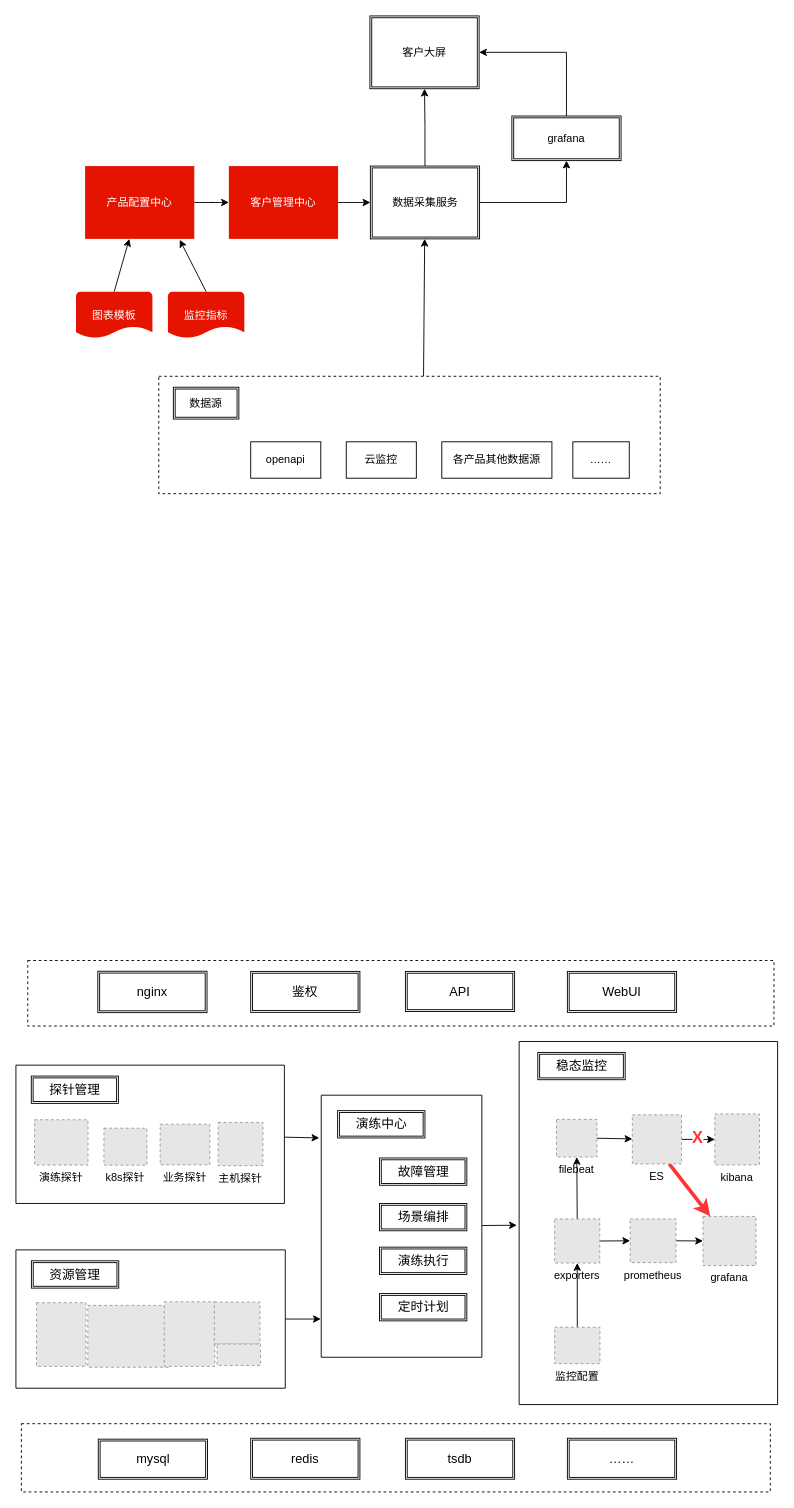
Earlier version of the draw.io diagram Untitled Diagram.drawio (SunnyYun/wecourse). Source tidied: cells renumbered, new cells numbered last; positions are measured from the earlier drawing's top-left corner, leaving out a move shared by most shapes. Both pictures are drawn from the tidied source at 91%, with x=0, y=0 at pixel (15, 15). Pictures stored in the file or linked from it are replaced by grey dashed boxes.
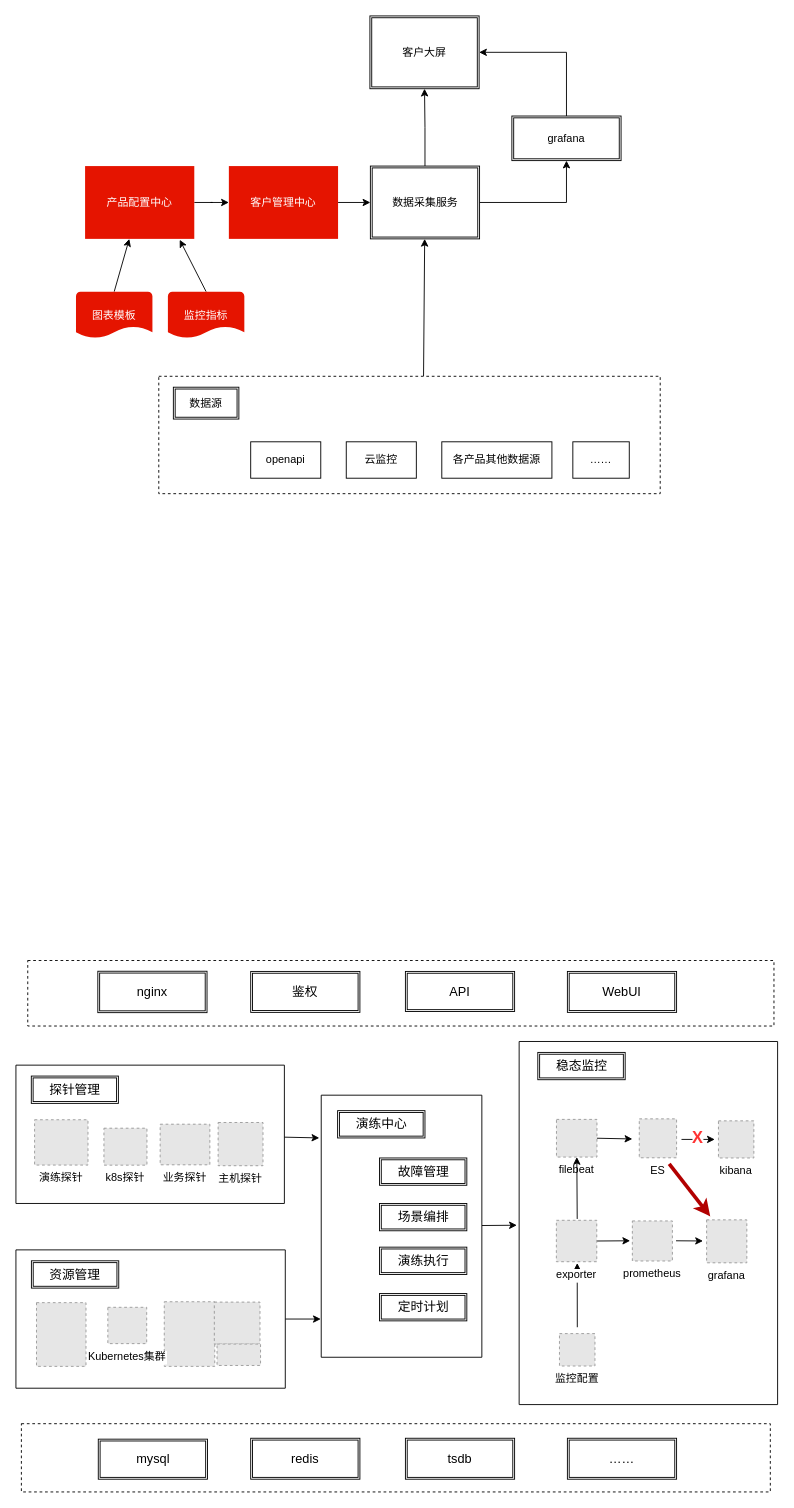
After the change.

The change refers to these unchanged cells:
```xml
<mxCell id="31" style="group;" parent="1" vertex="1">
  <mxGeometry y="1356" width="296" height="152" as="geometry" />
</mxCell>
<mxCell id="69" value="filebeat" style="fillColor=#E6E6E6;strokeColor=#999999;dashed=1;verticalLabelPosition=bottom;labelBackgroundColor=#ffffff;verticalAlign=top;" parent="1" vertex="1">
  <mxGeometry x="594" y="1212.6" width="44.5" height="41.4" as="geometry" />
</mxCell>
```

What changed in the source:
```diff
@@
-    <mxCell id="35" style="fillColor=#E6E6E6;strokeColor=#999999;dashed=1;verticalLabelPosition=bottom;labelBackgroundColor=#ffffff;verticalAlign=top;" parent="31" vertex="1">
-      <mxGeometry x="79" y="61" width="88.3" height="68" as="geometry" />
-    </mxCell>
@@
+    <mxCell id="75" value="Kubernetes集群" style="fillColor=#E6E6E6;strokeColor=#999999;dashed=1;verticalLabelPosition=bottom;labelBackgroundColor=#ffffff;verticalAlign=top;" parent="31" vertex="1">
+      <mxGeometry x="101" y="63.1" width="42.7" height="39.9" as="geometry" />
+    </mxCell>
@@
-    <mxCell id="60" style="edgeStyle=none;rounded=0;jettySize=auto;html=1;exitX=1;exitY=0.5;exitDx=0;exitDy=0;entryX=0;entryY=0.5;entryDx=0;entryDy=0;fontSize=14;" parent="1" edge="1" source="61" target="63">
-      <mxGeometry x="559" y="1227" as="geometry" />
+    <mxCell id="60" style="edgeStyle=none;rounded=0;orthogonalLoop=1;jettySize=auto;html=1;exitX=1;exitY=0.5;exitDx=0;exitDy=0;entryX=0;entryY=0.5;entryDx=0;entryDy=0;fontSize=14;" parent="1" edge="1">
+      <mxGeometry x="559" y="1227" as="geometry">
+        <mxPoint x="725.4" y="1346" as="sourcePoint" />
+        <mxPoint x="755" y="1346.2" as="targetPoint" />
+      </mxGeometry>
     </mxCell>
-    <mxCell id="61" value="prometheus" style="fillColor=#E6E6E6;strokeColor=#999999;dashed=1;verticalLabelPosition=bottom;labelBackgroundColor=#ffffff;verticalAlign=top;" parent="1" vertex="1">
-      <mxGeometry x="675" y="1322" width="50.4" height="48" as="geometry" />
-    </mxCell>
-    <mxCell id="62" value="kibana" style="fillColor=#E6E6E6;strokeColor=#999999;dashed=1;verticalLabelPosition=bottom;labelBackgroundColor=#ffffff;verticalAlign=top;" parent="1" vertex="1">
-      <mxGeometry x="768" y="1206.6" width="49.1" height="56" as="geometry" />
-    </mxCell>
-    <mxCell id="63" value="grafana" style="fillColor=#E6E6E6;strokeColor=#999999;dashed=1;verticalLabelPosition=bottom;labelBackgroundColor=#ffffff;verticalAlign=top;" parent="1" vertex="1">
-      <mxGeometry x="755" y="1319.2" width="58.3" height="54" as="geometry" />
-    </mxCell>
-    <mxCell id="64" style="edgeStyle=none;rounded=0;jettySize=auto;html=1;exitX=1;exitY=0.5;exitDx=0;exitDy=0;fontSize=14;" parent="1" edge="1" source="67" target="62">
-      <mxGeometry x="559" y="1227" as="geometry" />
+    <mxCell id="64" style="edgeStyle=none;rounded=0;orthogonalLoop=1;jettySize=auto;html=1;exitX=1;exitY=0.5;exitDx=0;exitDy=0;fontSize=14;" parent="1" edge="1">
+      <mxGeometry x="559" y="1227" as="geometry">
+        <mxPoint x="731.4" y="1234.6" as="sourcePoint" />
+        <mxPoint x="768" y="1234.6" as="targetPoint" />
+      </mxGeometry>
     </mxCell>
@@
-    <mxCell id="66" style="edgeStyle=none;rounded=0;jettySize=auto;html=1;exitX=0.75;exitY=1;exitDx=0;exitDy=0;fontSize=14;fillColor=#e51400;strokeColor=#FF3333;strokeWidth=4;" parent="1" edge="1" source="67" target="63">
-      <mxGeometry relative="1" as="geometry" />
+    <mxCell id="66" style="edgeStyle=none;rounded=0;orthogonalLoop=1;jettySize=auto;html=1;exitX=0.75;exitY=1;exitDx=0;exitDy=0;fontSize=14;fillColor=#e51400;strokeColor=#B20000;strokeWidth=4;" parent="1" edge="1">
+      <mxGeometry relative="1" as="geometry">
+        <mxPoint x="717.9" y="1261.6" as="sourcePoint" />
+        <mxPoint x="763" y="1319.2" as="targetPoint" />
+      </mxGeometry>
     </mxCell>
-    <mxCell id="67" value="ES" style="fillColor=#E6E6E6;strokeColor=#999999;dashed=1;verticalLabelPosition=bottom;labelBackgroundColor=#ffffff;verticalAlign=top;" parent="1" vertex="1">
-      <mxGeometry x="677.4" y="1207.6" width="54" height="54" as="geometry" />
-    </mxCell>
-    <mxCell id="68" style="edgeStyle=none;rounded=0;jettySize=auto;html=1;exitX=1;exitY=0.5;exitDx=0;exitDy=0;fontSize=14;" parent="1" edge="1" source="69" target="67">
-      <mxGeometry x="559" y="1227" as="geometry" />
+    <mxCell id="68" style="edgeStyle=none;rounded=0;jettySize=auto;html=1;exitX=1;exitY=0.5;exitDx=0;exitDy=0;fontSize=14;" parent="1" edge="1" source="69">
+      <mxGeometry x="559" y="1227" as="geometry">
+        <mxPoint x="677.4" y="1234.1" as="targetPoint" />
+      </mxGeometry>
     </mxCell>
@@
-    <mxCell id="70" style="edgeStyle=none;rounded=0;jettySize=auto;html=1;exitX=1;exitY=0.5;exitDx=0;exitDy=0;entryX=0;entryY=0.5;entryDx=0;entryDy=0;fontSize=14;" parent="1" edge="1" source="72" target="61">
-      <mxGeometry x="559" y="1227" as="geometry" />
+    <mxCell id="70" style="edgeStyle=none;rounded=0;jettySize=auto;html=1;exitX=1;exitY=0.5;exitDx=0;exitDy=0;entryX=0;entryY=0.5;entryDx=0;entryDy=0;fontSize=14;startArrow=none;" parent="1" edge="1" source="76">
+      <mxGeometry x="559" y="1227" as="geometry">
+        <mxPoint x="675" y="1346" as="targetPoint" />
+      </mxGeometry>
     </mxCell>
-    <mxCell id="71" style="edgeStyle=none;rounded=0;jettySize=auto;html=1;exitX=0.5;exitY=0;exitDx=0;exitDy=0;fontSize=14;" parent="1" edge="1" source="72" target="69">
-      <mxGeometry x="559" y="1227" as="geometry" />
+    <mxCell id="71" style="edgeStyle=none;rounded=0;jettySize=auto;html=1;exitX=0.5;exitY=0;exitDx=0;exitDy=0;fontSize=14;" parent="1" edge="1" target="69">
+      <mxGeometry x="559" y="1227" as="geometry">
+        <mxPoint x="616.8" y="1322" as="sourcePoint" />
+      </mxGeometry>
     </mxCell>
-    <mxCell id="72" value="exporters" style="fillColor=#E6E6E6;strokeColor=#999999;dashed=1;verticalLabelPosition=bottom;labelBackgroundColor=#ffffff;verticalAlign=top;" parent="1" vertex="1">
-      <mxGeometry x="592" y="1322" width="49.6" height="48.5" as="geometry" />
-    </mxCell>
-    <mxCell id="73" style="edgeStyle=none;rounded=0;jettySize=auto;html=1;exitX=0.5;exitY=0;exitDx=0;exitDy=0;fontSize=14;" parent="1" edge="1" source="74" target="72">
-      <mxGeometry x="559" y="1227" as="geometry" />
+    <mxCell id="73" style="edgeStyle=none;rounded=0;orthogonalLoop=1;jettySize=auto;html=1;exitX=0.5;exitY=0;exitDx=0;exitDy=0;fontSize=14;" parent="1" edge="1">
+      <mxGeometry x="559" y="1227" as="geometry">
+        <mxPoint x="616.9" y="1441" as="sourcePoint" />
+        <mxPoint x="616.8" y="1370.5" as="targetPoint" />
+      </mxGeometry>
     </mxCell>
+    <mxCell id="61" value="prometheus" style="fillColor=#E6E6E6;strokeColor=#999999;dashed=1;verticalLabelPosition=bottom;labelBackgroundColor=#ffffff;verticalAlign=top;" parent="1" vertex="1">
+      <mxGeometry x="677.4" y="1324.2" width="44" height="44" as="geometry" />
+    </mxCell>
+    <mxCell id="63" value="grafana" style="fillColor=#E6E6E6;strokeColor=#999999;dashed=1;verticalLabelPosition=bottom;labelBackgroundColor=#ffffff;verticalAlign=top;" parent="1" vertex="1">
+      <mxGeometry x="759" y="1323" width="44.2" height="47.2" as="geometry" />
+    </mxCell>
+    <mxCell id="62" value="kibana" style="fillColor=#E6E6E6;strokeColor=#999999;dashed=1;verticalLabelPosition=bottom;labelBackgroundColor=#ffffff;verticalAlign=top;" parent="1" vertex="1">
+      <mxGeometry x="772" y="1214.2" width="38.9" height="40.8" as="geometry" />
+    </mxCell>
+    <mxCell id="67" value="ES" style="fillColor=#E6E6E6;strokeColor=#999999;dashed=1;verticalLabelPosition=bottom;labelBackgroundColor=#ffffff;verticalAlign=top;" parent="1" vertex="1">
+      <mxGeometry x="685" y="1212" width="41" height="42.8" as="geometry" />
+    </mxCell>
     <mxCell id="74" value="监控配置" style="fillColor=#E6E6E6;strokeColor=#999999;dashed=1;verticalLabelPosition=bottom;labelBackgroundColor=#ffffff;verticalAlign=top;" parent="1" vertex="1">
-      <mxGeometry x="592" y="1441" width="49.8" height="40" as="geometry" />
+      <mxGeometry x="597.3" y="1448" width="39" height="35.6" as="geometry" />
     </mxCell>
+    <mxCell id="76" value="exporter" style="fillColor=#E6E6E6;strokeColor=#999999;dashed=1;verticalLabelPosition=bottom;labelBackgroundColor=#ffffff;verticalAlign=top;" parent="1" vertex="1">
+      <mxGeometry x="593.9" y="1323.5" width="44.4" height="45.5" as="geometry" />
+    </mxCell>
```
